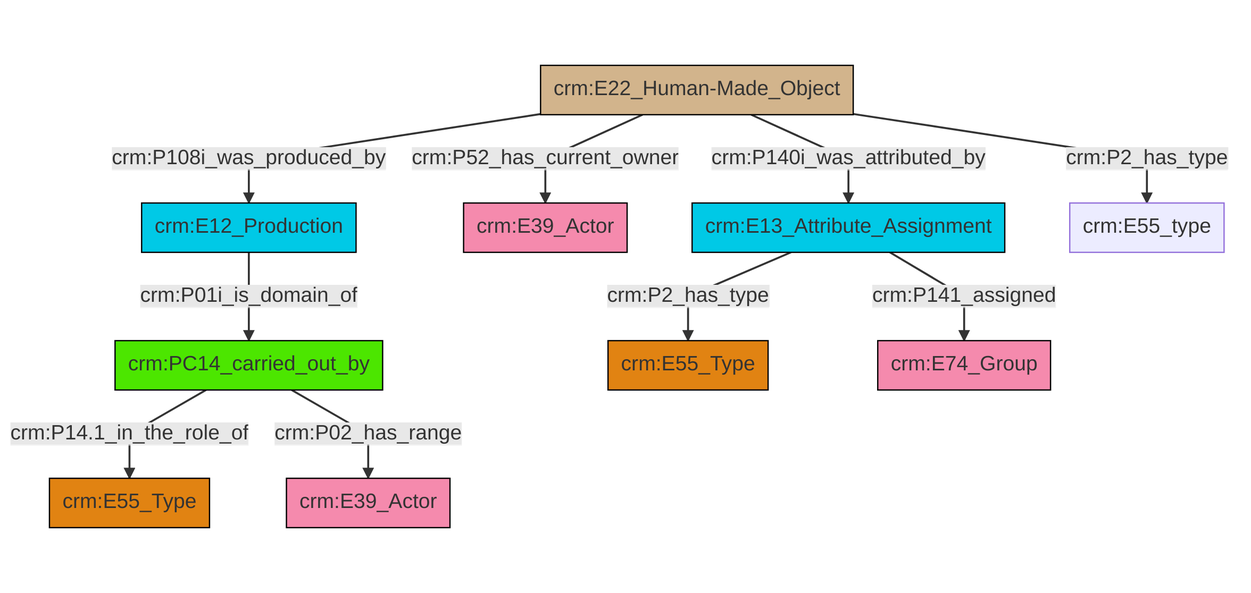
Before: et/builtWorkCSV/ttl/mmd/png/Built_Work_actor_relations.png, a diagram exported from Mermaid (ncarboni/srdm). Its source is kept beside it as et/builtWorkCSV/ttl/mmd/Built_Work_actor_relations.ttl.mmd.
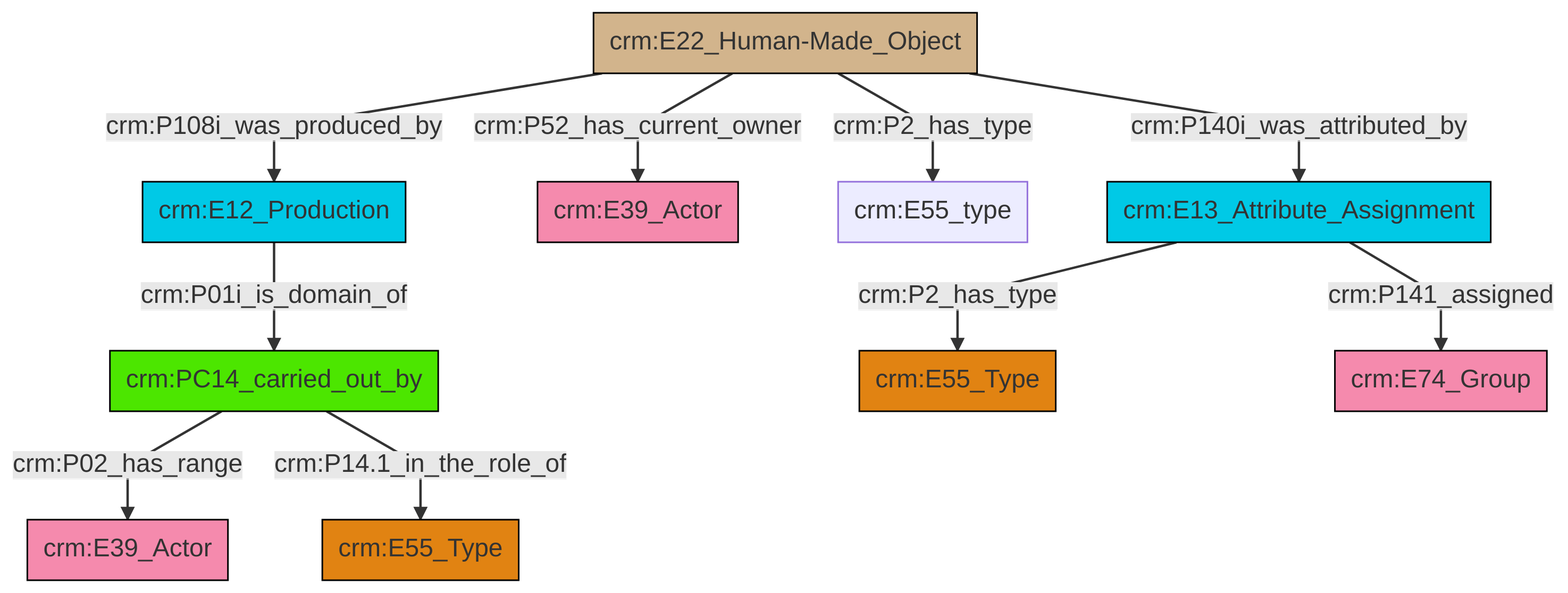
After the commit.

What changed in the source:
```diff
@@ -13,12 +13,12 @@
 classDef PC_Classes fill:#4ce600, stroke:#000000;
 classDef Multi fill:#cccccc,stroke:#000000;
 
-2["crm:PC14_carried_out_by"]:::PC_Classes -->|crm:P14.1_in_the_role_of| 3["crm:E55_Type"]:::Type
-4["crm:E12_Production"]:::Temporal_Entity -->|crm:P01i_is_domain_of| 2["crm:PC14_carried_out_by"]:::PC_Classes
-0["crm:E22_Human-Made_Object"]:::Physical_Thing -->|crm:P52_has_current_owner| 5["crm:E39_Actor"]:::Actor
-0["crm:E22_Human-Made_Object"]:::Physical_Thing -->|crm:P108i_was_produced_by| 4["crm:E12_Production"]:::Temporal_Entity
-0["crm:E22_Human-Made_Object"]:::Physical_Thing -->|crm:P2_has_type| 8["crm:E55_type"]:::Default
-6["crm:E13_Attribute_Assignment"]:::Temporal_Entity -->|crm:P2_has_type| 9["crm:E55_Type"]:::Type
-0["crm:E22_Human-Made_Object"]:::Physical_Thing -->|crm:P140i_was_attributed_by| 6["crm:E13_Attribute_Assignment"]:::Temporal_Entity
-2["crm:PC14_carried_out_by"]:::PC_Classes -->|crm:P02_has_range| 15["crm:E39_Actor"]:::Actor
-6["crm:E13_Attribute_Assignment"]:::Temporal_Entity -->|crm:P141_assigned| 11["crm:E74_Group"]:::Actor
+2["crm:PC14_carried_out_by"]:::PC_Classes -->|crm:P02_has_range| 3["crm:E39_Actor"]:::Actor
+0["crm:E13_Attribute_Assignment"]:::Temporal_Entity -->|crm:P141_assigned| 7["crm:E74_Group"]:::Actor
+8["crm:E22_Human-Made_Object"]:::Physical_Thing -->|crm:P140i_was_attributed_by| 0["crm:E13_Attribute_Assignment"]:::Temporal_Entity
+2["crm:PC14_carried_out_by"]:::PC_Classes -->|crm:P14.1_in_the_role_of| 11["crm:E55_Type"]:::Type
+8["crm:E22_Human-Made_Object"]:::Physical_Thing -->|crm:P108i_was_produced_by| 17["crm:E12_Production"]:::Temporal_Entity
+8["crm:E22_Human-Made_Object"]:::Physical_Thing -->|crm:P52_has_current_owner| 9["crm:E39_Actor"]:::Actor
+0["crm:E13_Attribute_Assignment"]:::Temporal_Entity -->|crm:P2_has_type| 4["crm:E55_Type"]:::Type
+17["crm:E12_Production"]:::Temporal_Entity -->|crm:P01i_is_domain_of| 2["crm:PC14_carried_out_by"]:::PC_Classes
+8["crm:E22_Human-Made_Object"]:::Physical_Thing -->|crm:P2_has_type| 14["crm:E55_type"]:::Default
```
